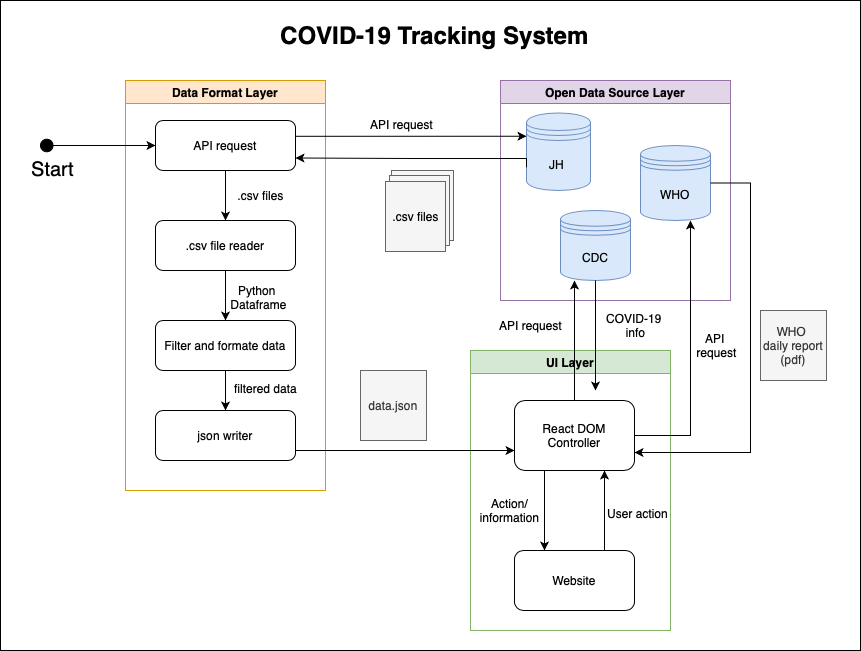
Earlier version of the draw.io export images/System_design.png (dongqingye7/COVID-19-Tracking-System). Source tidied: cells renumbered, new cells last; positions are measured from the earlier drawing's top-left corner, leaving out a move shared by most shapes.
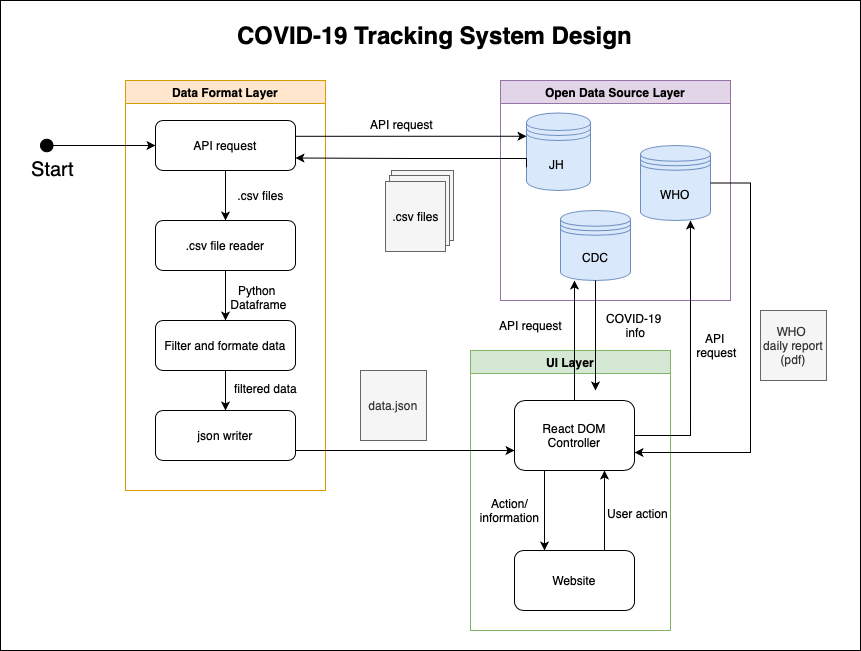
Above is the later version.

Diff of the diagram source:
```diff
@@ -165,7 +165,7 @@
         </Array>
       </mxGeometry>
     </mxCell>
-    <mxCell id="46" value="COVID-19 Tracking System" style="text;strokeColor=none;fillColor=none;html=1;fontSize=24;fontStyle=1;verticalAlign=middle;align=center;" parent="1" vertex="1">
+    <mxCell id="46" value="COVID-19 Tracking System Design" style="text;strokeColor=none;fillColor=none;html=1;fontSize=24;fontStyle=1;verticalAlign=middle;align=center;" parent="1" vertex="1">
       <mxGeometry x="246" width="376" height="70" as="geometry" />
     </mxCell>
   </root>
```
